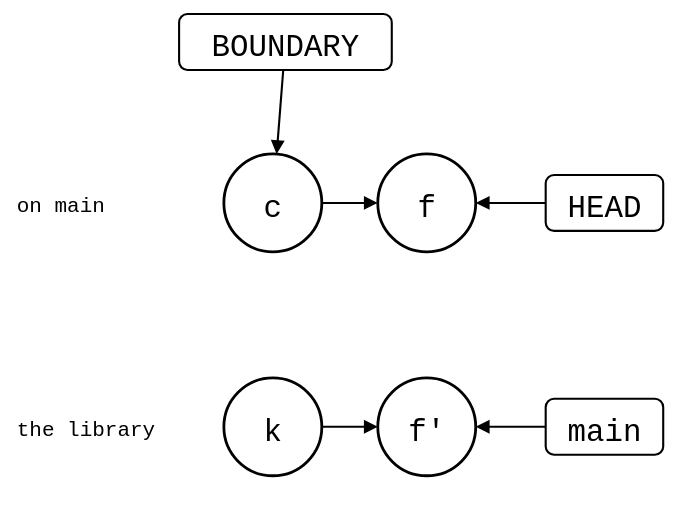
The draw.io diagram docs/05-comparisons/02-third-party/git-subrepo-splice-pushed.drawio.svg in roschaefer/git-splice, before a commit. Source tidied: cells renumbered, new cells last; positions are measured from the earlier drawing's top-left corner, leaving out a move shared by most shapes.
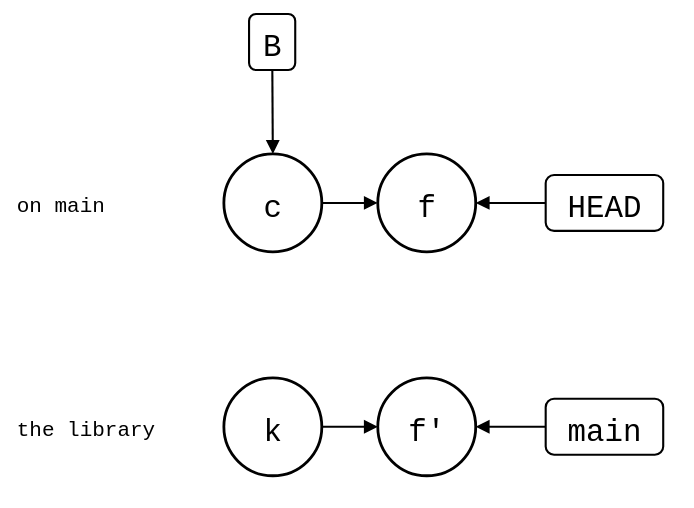
The same diagram one commit later.

Commit message:
docs(comparisons): name the boundary B on the git-subrepo page, as the sync model does

The git-splice drawings labelled the boundary BOUNDARY, a name the docs don't use elsewhere; the sync model introduces it as B, and the page now links there.

What changed in the source:
```diff
@@ -26,8 +26,8 @@
     <mxCell id="9" style="endArrow=block;endFill=1;html=1;strokeWidth=1.5;rounded=0;" parent="1" edge="1" source="8" target="5">
       <mxGeometry relative="1" as="geometry" />
     </mxCell>
-    <mxCell id="10" value="BOUNDARY" style="rounded=1;strokeWidth=1.5;fontSize=22;fontFamily=Roboto Mono,monospace;" parent="1" vertex="1">
-      <mxGeometry x="118" width="152" height="40" as="geometry" />
+    <mxCell id="10" value="B" style="rounded=1;strokeWidth=1.5;fontSize=22;fontFamily=Roboto Mono,monospace;" parent="1" vertex="1">
+      <mxGeometry x="168" width="33" height="40" as="geometry" />
     </mxCell>
     <mxCell id="11" style="endArrow=block;endFill=1;html=1;strokeWidth=1.5;rounded=0;" parent="1" edge="1" source="10" target="4">
       <mxGeometry relative="1" as="geometry" />
```
